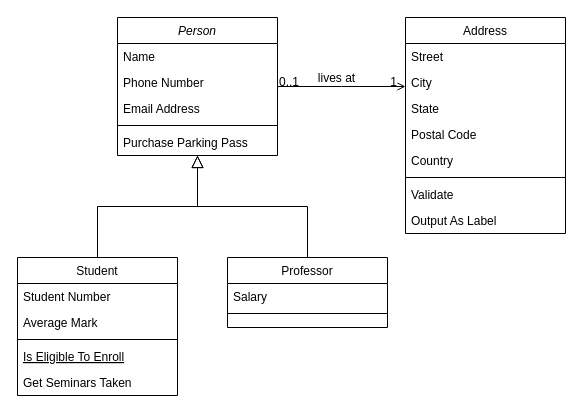
The draw.io diagram Diagrama sem nome.drawio in kennyow/SQL-Projects, before the edit. Source tidied: cells renumbered, new cells numbered last; positions are measured from the earlier drawing's top-left corner, leaving out a move shared by most shapes. Both pictures are drawn from the tidied source at 100%, with x=0, y=0 at pixel (17, 17).
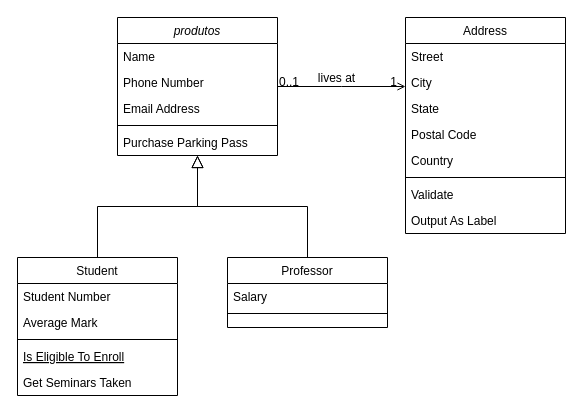
After the change.

The edit, as a diff of the source:
```diff
@@
-    <mxCell id="2" value="Person" style="swimlane;fontStyle=2;align=center;verticalAlign=top;horizontal=1;startSize=26;rounded=0;shadow=0;strokeWidth=1;" parent="1" vertex="1">
+    <mxCell id="2" value="produtos" style="swimlane;fontStyle=2;align=center;verticalAlign=top;horizontal=1;startSize=26;rounded=0;shadow=0;strokeWidth=1;" parent="1" vertex="1">
       <mxGeometry x="100" width="160" height="138" as="geometry" />
     </mxCell>
```
